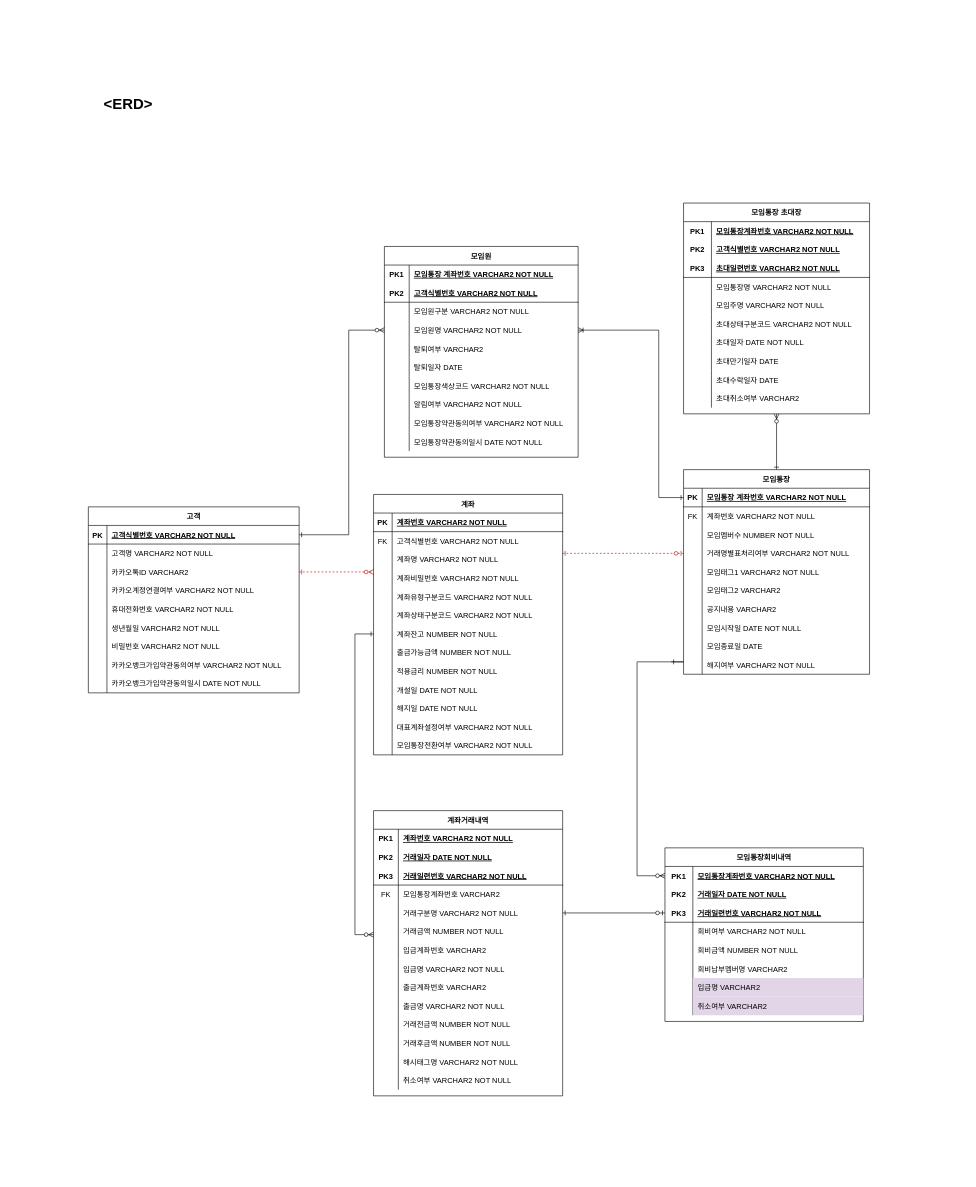
Before: ModifiedErd.drawio in jeondele/DBmodeling, a draw.io diagram. Source tidied: cells renumbered, new cells numbered last; positions are measured from the earlier drawing's top-left corner, leaving out a move shared by most shapes. Both pictures are drawn from the tidied source at 62%, with x=0, y=0 at pixel (26, 11).
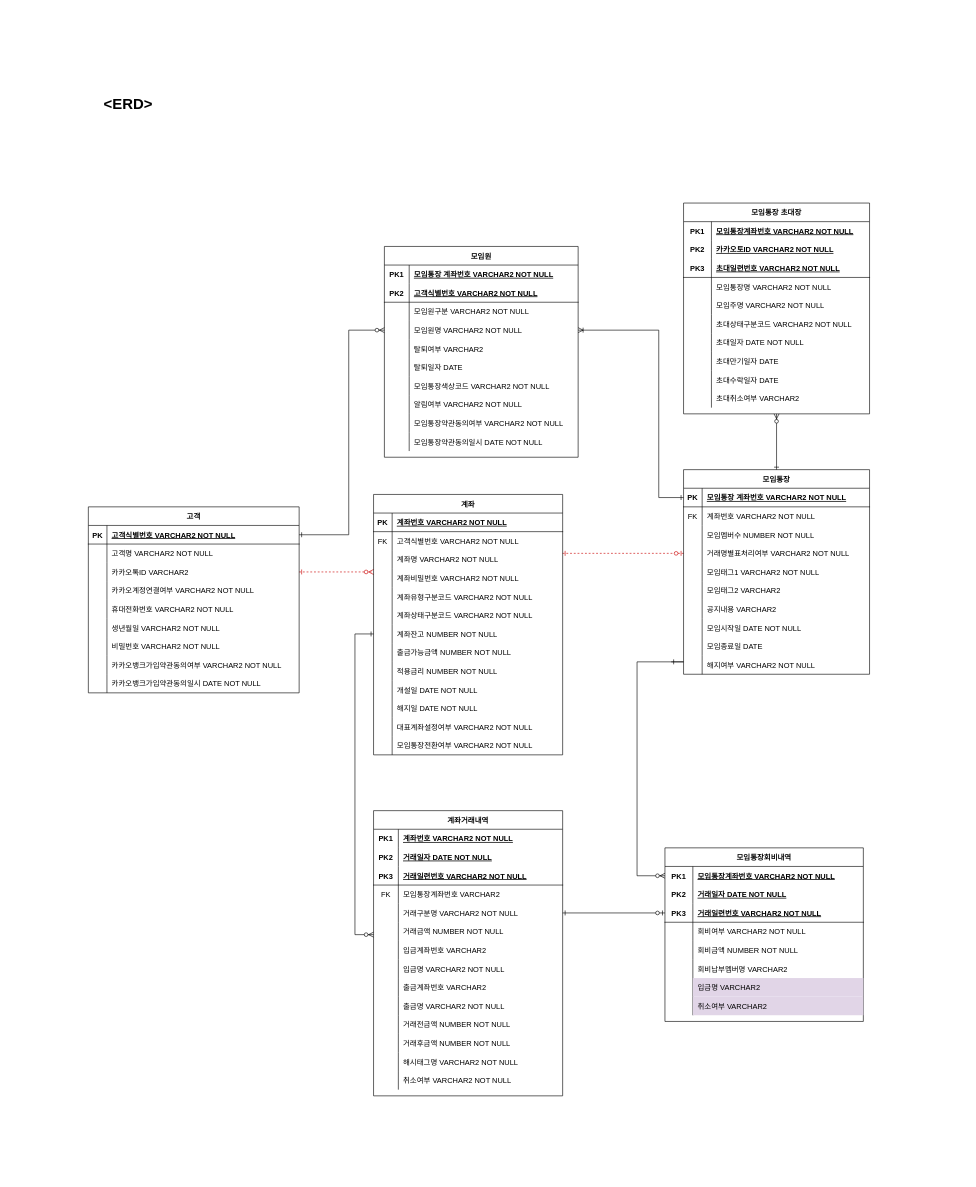
After the change.

Unchanged cells that the change refers to:
```xml
<mxCell id="212" style="shape=partialRectangle;fillColor=none;top=0;left=0;bottom=1;right=0;strokeColor=none;" parent="208" vertex="1">
  <mxGeometry y="60" width="300" height="30" as="geometry" />
</mxCell>
```

What changed in the source:
```diff
@@
-    <mxCell id="214" value="고객식별번호 VARCHAR2 NOT NULL" style="shape=partialRectangle;fillColor=none;top=0;left=0;bottom=0;right=0;align=left;spacingLeft=6;fontStyle=5;overflow=hidden;strokeWidth=6;strokeColor=none;" parent="212" vertex="1">
+    <mxCell id="214" value="카카오토ID VARCHAR2 NOT NULL" style="shape=partialRectangle;fillColor=none;top=0;left=0;bottom=0;right=0;align=left;spacingLeft=6;fontStyle=5;overflow=hidden;strokeWidth=6;strokeColor=none;" parent="212" vertex="1">
       <mxGeometry x="45" width="255" height="30" as="geometry" />
     </mxCell>
```
